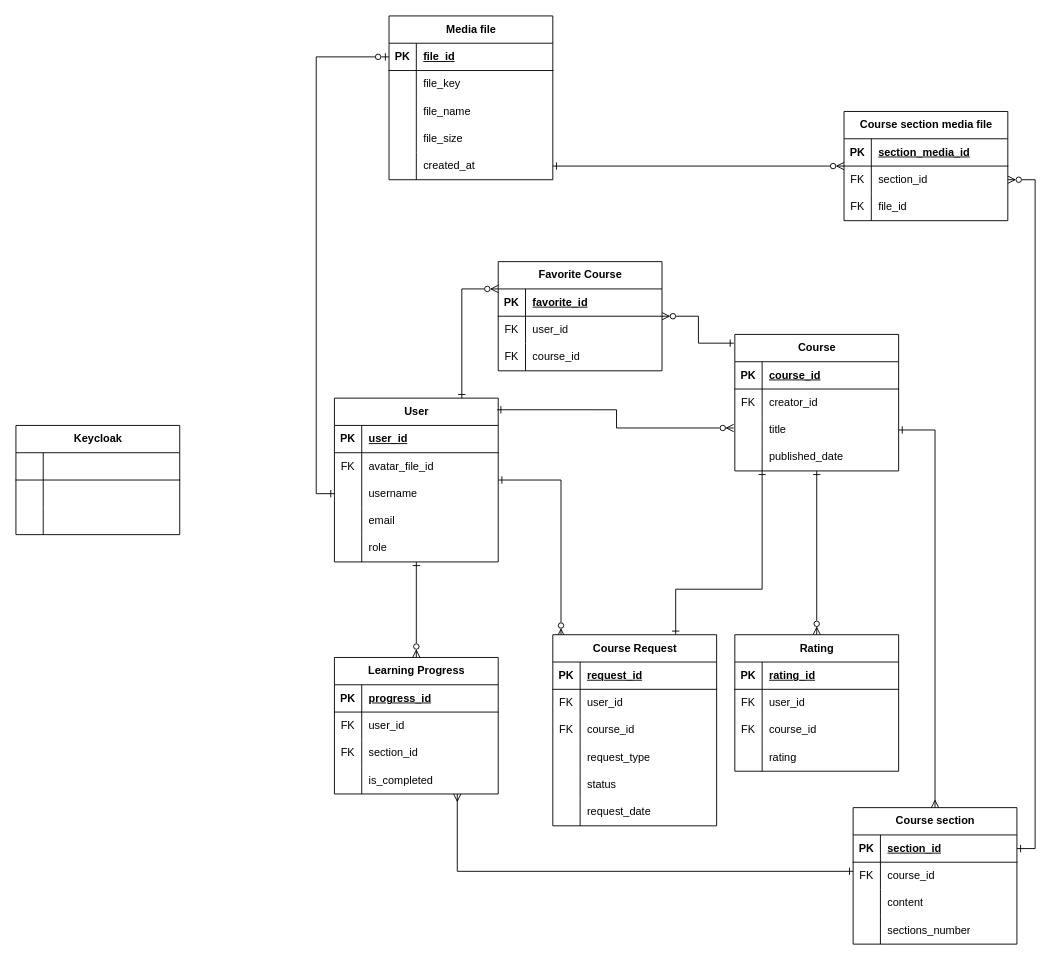
This is diagrams/ER diagram/ER diagram.drawio from sahland/9.5-Team, a draw.io file, before an edit. Source tidied: cells renumbered, new cells numbered last; positions are measured from the earlier drawing's top-left corner, leaving out a move shared by most shapes. Both pictures are drawn from the tidied source at 91%, with x=0, y=0 at pixel (15, 15).
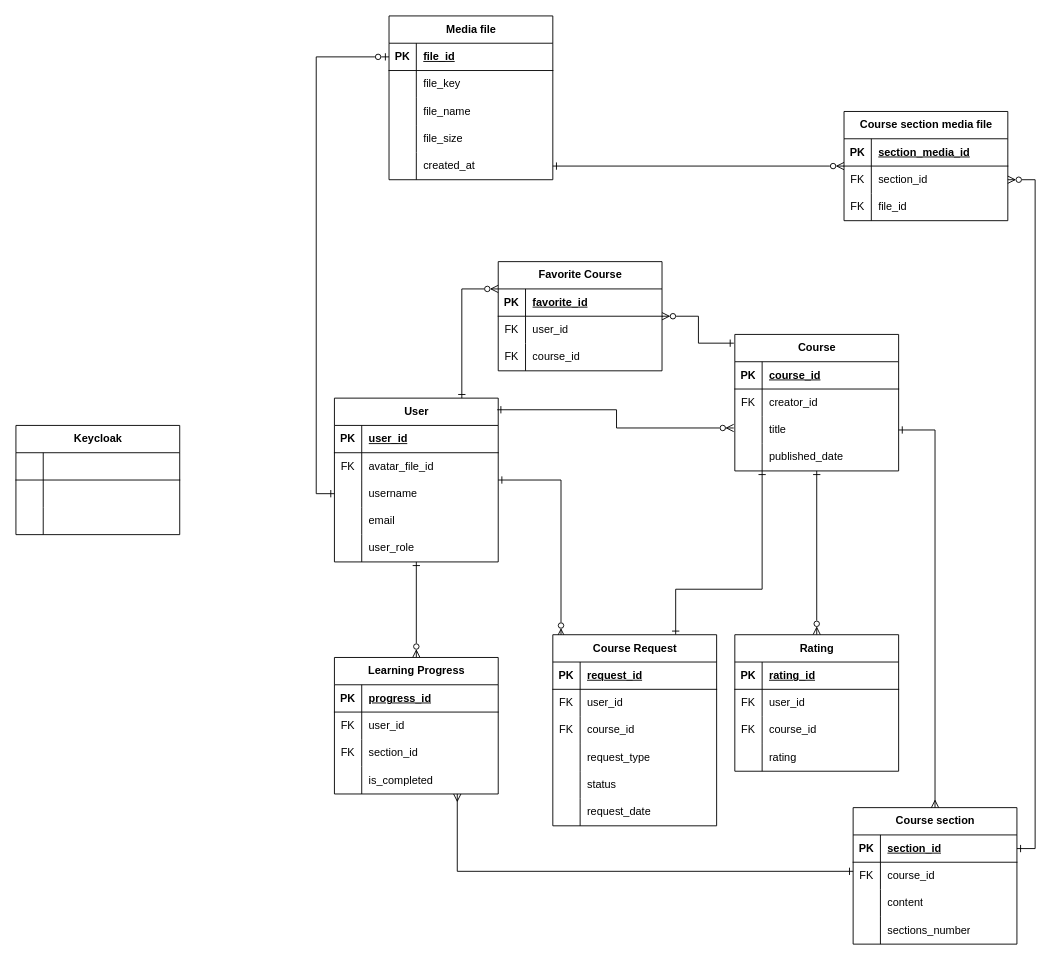
The same page after the edit.

Commit message (it also covers changes not shown here):
fix: er diagram and physical data model)

The change refers to these unchanged cells:
```xml
<mxCell id="18" style="shape=tableRow;horizontal=0;startSize=0;swimlaneHead=0;swimlaneBody=0;fillColor=none;top=0;left=0;right=0;bottom=0;" parent="5" vertex="1">
  <mxGeometry y="150" width="180" height="30" as="geometry" />
</mxCell>
```

Diff of the diagram source:
```diff
@@
-    <mxCell id="20" value="role" style="shape=partialRectangle;fillColor=none;top=0;left=0;bottom=0;right=0;align=left;spacingLeft=6;overflow=hidden;whiteSpace=wrap;html=1;" parent="18" vertex="1">
+    <mxCell id="20" value="user_role" style="shape=partialRectangle;fillColor=none;top=0;left=0;bottom=0;right=0;align=left;spacingLeft=6;overflow=hidden;whiteSpace=wrap;html=1;" parent="18" vertex="1">
       <mxGeometry x="30" width="150" height="30" as="geometry" />
     </mxCell>
```
